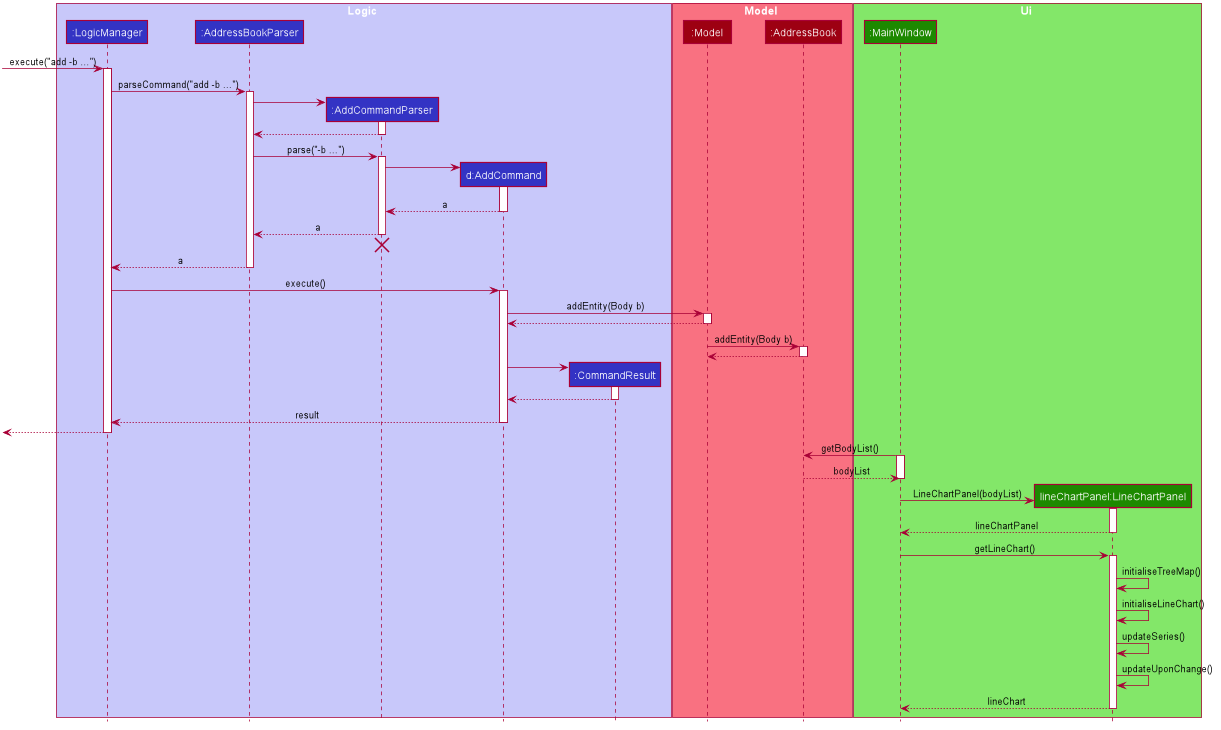
Before: docs/images/LineChartDeleteBodySequenceDiagram.png, a diagram exported from PlantUML (nus-cs2103-AY1920S1/addressbook-level3). Its diagram source:
```plantuml
@startuml








skinparam BackgroundColor #FFFFFFF

skinparam Shadowing false

skinparam Class {
    FontColor #FFFFFF
    BorderThickness 1
    BorderColor #FFFFFF
    StereotypeFontColor #FFFFFF
    FontName Arial
}

skinparam Actor {
    BorderColor #000000
    Color #000000
    FontName Arial
}

skinparam Sequence {
    MessageAlign center
    BoxFontSize 15
    BoxPadding 0
    BoxFontColor #FFFFFF
    FontName Arial
}

skinparam Participant {
    FontColor #FFFFFFF
    Padding 20
}

skinparam MinClassWidth 50
skinparam ParticipantPadding 10
skinparam Shadowing false
skinparam DefaultTextAlignment center
skinparam packageStyle Rectangle

hide footbox
hide members
hide circle

box Logic #C8C8FA
participant ":LogicManager" as LogicManager #3333C4
participant ":AddressBookParser" as AddressBookParser #3333C4
participant ":AddCommandParser" as AddCommandParser #3333C4
participant "d:AddCommand" as AddCommand #3333C4
participant ":CommandResult" as CommandResult #3333C4
end box

box Model #F97181
participant ":Model" as Model #9D0012
participant ":AddressBook" as AddressBook #9D0012
end box

box Ui #83E769
participant ":MainWindow" as MainWindow #1D8900
participant "lineChartPanel:LineChartPanel" as LineChartPanel #1D8900

end box

[-> LogicManager : execute("add -b ...")
activate LogicManager

LogicManager -> AddressBookParser : parseCommand("add -b ...")
activate AddressBookParser

create AddCommandParser
AddressBookParser -> AddCommandParser
activate AddCommandParser

AddCommandParser --> AddressBookParser
deactivate AddCommandParser

AddressBookParser -> AddCommandParser : parse("-b ...")
activate AddCommandParser

create AddCommand
AddCommandParser -> AddCommand
activate AddCommand

AddCommand --> AddCommandParser : a
deactivate AddCommand

AddCommandParser --> AddressBookParser : a
deactivate AddCommandParser
AddCommandParser -[hidden]-> AddressBookParser
destroy AddCommandParser

AddressBookParser --> LogicManager : a
deactivate AddressBookParser

LogicManager -> AddCommand : execute()
activate AddCommand

AddCommand -> Model : addEntity(Body b)
activate Model

Model --> AddCommand
deactivate Model

Model -> AddressBook : addEntity(Body b)
activate AddressBook

AddressBook --> Model
deactivate AddressBook

create CommandResult
AddCommand -> CommandResult
activate CommandResult

CommandResult --> AddCommand
deactivate CommandResult

AddCommand --> LogicManager : result
deactivate AddCommand

[<--LogicManager
deactivate LogicManager

MainWindow -> AddressBook : getBodyList()
activate MainWindow
AddressBook --> MainWindow : bodyList
deactivate MainWindow

create LineChartPanel
MainWindow -> LineChartPanel : LineChartPanel(bodyList)
activate LineChartPanel

LineChartPanel --> MainWindow : lineChartPanel
deactivate LineChartPanel

MainWindow -> LineChartPanel : getLineChart()
activate LineChartPanel

LineChartPanel -> LineChartPanel: initialiseTreeMap()

LineChartPanel -> LineChartPanel: initialiseLineChart()

LineChartPanel -> LineChartPanel: updateSeries()

LineChartPanel -> LineChartPanel: updateUponChange()

LineChartPanel --> MainWindow : lineChart
deactivate LineChartPanel

@enduml
```
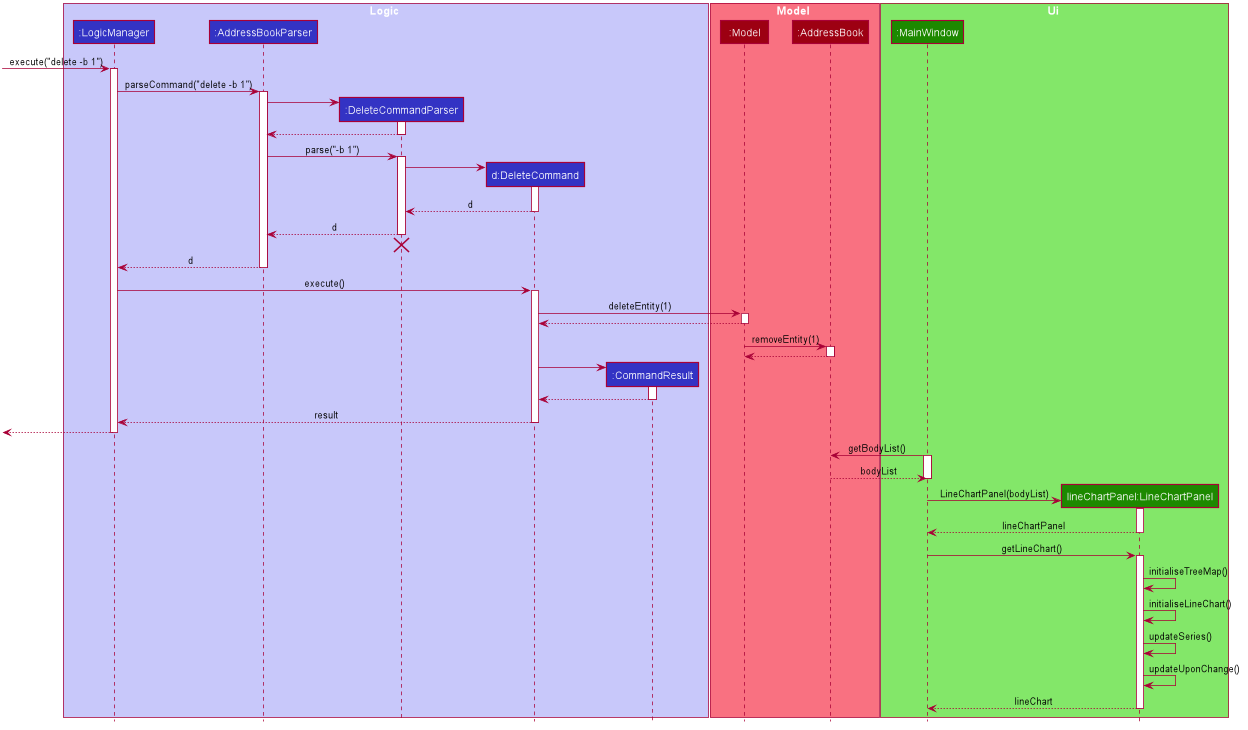
The same diagram one commit later.

Diff of the diagram source:
```diff
@@ -51,8 +51,8 @@
 box Logic #C8C8FA
 participant ":LogicManager" as LogicManager #3333C4
 participant ":AddressBookParser" as AddressBookParser #3333C4
-participant ":AddCommandParser" as AddCommandParser #3333C4
-participant "d:AddCommand" as AddCommand #3333C4
+participant ":DeleteCommandParser" as DeleteCommandParser #3333C4
+participant "d:DeleteCommand" as DeleteCommand #3333C4
 participant ":CommandResult" as CommandResult #3333C4
 end box
 
@@ -67,61 +67,61 @@
 
 end box
 
-[-> LogicManager : execute("add -b ...")
+[-> LogicManager : execute("delete -b 1")
 activate LogicManager
 
-LogicManager -> AddressBookParser : parseCommand("add -b ...")
+LogicManager -> AddressBookParser : parseCommand("delete -b 1")
 activate AddressBookParser
 
-create AddCommandParser
-AddressBookParser -> AddCommandParser
-activate AddCommandParser
+create DeleteCommandParser
+AddressBookParser -> DeleteCommandParser
+activate DeleteCommandParser
 
-AddCommandParser --> AddressBookParser
-deactivate AddCommandParser
+DeleteCommandParser --> AddressBookParser
+deactivate DeleteCommandParser
 
-AddressBookParser -> AddCommandParser : parse("-b ...")
-activate AddCommandParser
+AddressBookParser -> DeleteCommandParser : parse("-b 1")
+activate DeleteCommandParser
 
-create AddCommand
-AddCommandParser -> AddCommand
-activate AddCommand
+create DeleteCommand
+DeleteCommandParser -> DeleteCommand
+activate DeleteCommand
 
-AddCommand --> AddCommandParser : a
-deactivate AddCommand
+DeleteCommand --> DeleteCommandParser : d
+deactivate DeleteCommand
 
-AddCommandParser --> AddressBookParser : a
-deactivate AddCommandParser
-AddCommandParser -[hidden]-> AddressBookParser
-destroy AddCommandParser
+DeleteCommandParser --> AddressBookParser : d
+deactivate DeleteCommandParser
+DeleteCommandParser -[hidden]-> AddressBookParser
+destroy DeleteCommandParser
 
-AddressBookParser --> LogicManager : a
+AddressBookParser --> LogicManager : d
 deactivate AddressBookParser
 
-LogicManager -> AddCommand : execute()
-activate AddCommand
+LogicManager -> DeleteCommand : execute()
+activate DeleteCommand
 
-AddCommand -> Model : addEntity(Body b)
+DeleteCommand -> Model : deleteEntity(1)
 activate Model
 
-Model --> AddCommand
+Model --> DeleteCommand
 deactivate Model
 
-Model -> AddressBook : addEntity(Body b)
+Model -> AddressBook : removeEntity(1)
 activate AddressBook
 
 AddressBook --> Model
 deactivate AddressBook
 
 create CommandResult
-AddCommand -> CommandResult
+DeleteCommand -> CommandResult
 activate CommandResult
 
-CommandResult --> AddCommand
+CommandResult --> DeleteCommand
 deactivate CommandResult
 
-AddCommand --> LogicManager : result
-deactivate AddCommand
+DeleteCommand --> LogicManager : result
+deactivate DeleteCommand
 
 [<--LogicManager
 deactivate LogicManager
```
